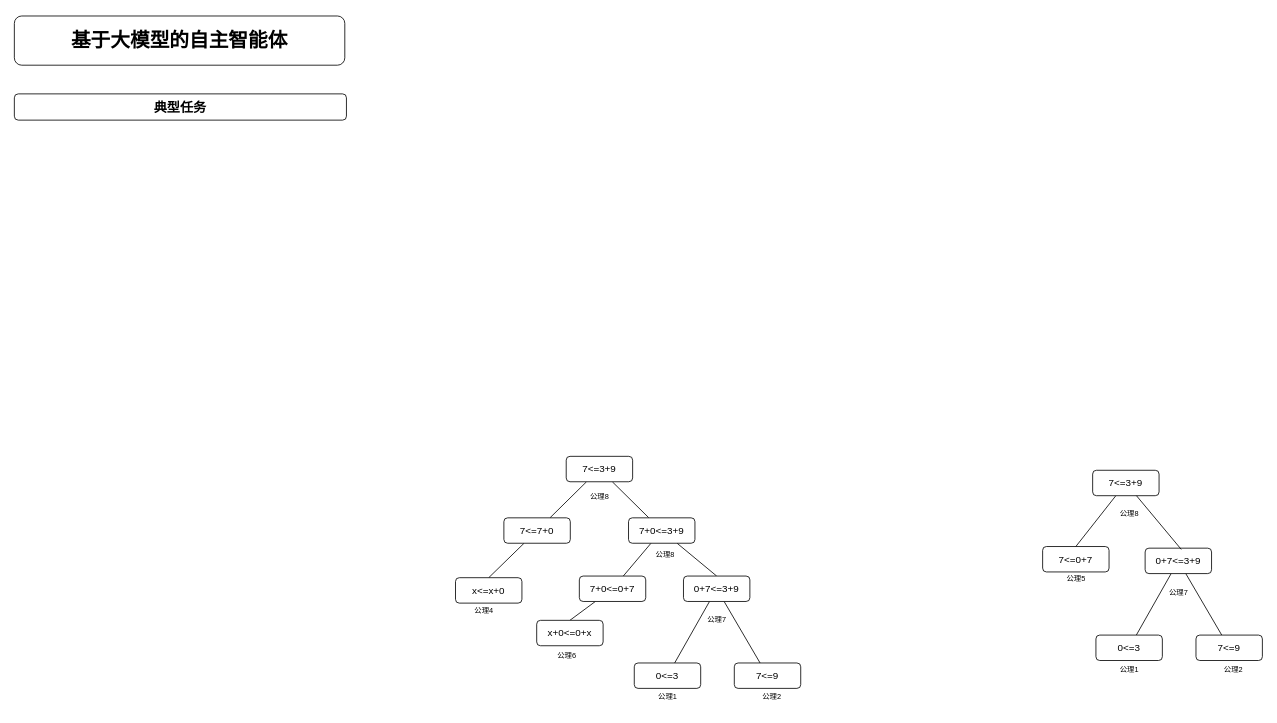
YiningZhang2002/BackUp keeps this draw.io diagram as 测试.drawio. Above is the earlier version. Source tidied: cells renumbered, new cells numbered last; positions are measured from the earlier drawing's top-left corner, leaving out a move shared by most shapes. Both pictures are drawn from the tidied source at 82%, with x=0, y=0 at pixel (14, 16).
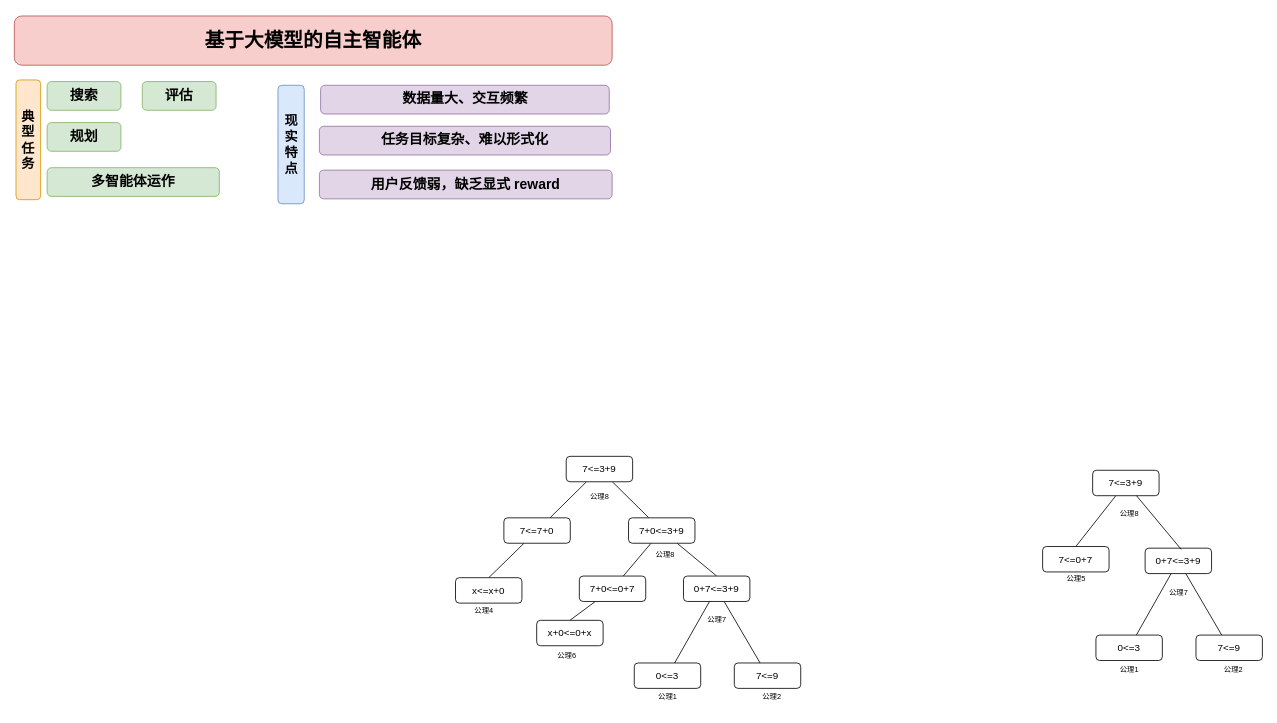
The same diagram, later.

The edit, as a diff of the source:
```diff
@@
-    <mxCell id="40" value="&lt;div&gt;&lt;p style=&quot;font-size: 16pt; font-family: DengXian; line-height: 100%;&quot;&gt;&lt;span style=&quot;font-size: 18pt; font-family: &amp;quot;思源黑体 Light&amp;quot;; font-weight: bold;&quot;&gt;基于大模型的自主智能体&lt;/span&gt;&lt;/p&gt;&lt;/div&gt;" style="rounded=1;whiteSpace=wrap;html=1;" parent="1" vertex="1">
-      <mxGeometry width="403" height="60" as="geometry" />
+    <mxCell id="40" value="&lt;div&gt;&lt;p style=&quot;font-size: 16pt; font-family: DengXian; line-height: 100%;&quot;&gt;&lt;span style=&quot;font-size: 18pt; font-family: &amp;quot;思源黑体 Light&amp;quot;; font-weight: bold;&quot;&gt;基于大模型的自主智能体&lt;/span&gt;&lt;/p&gt;&lt;/div&gt;" style="rounded=1;whiteSpace=wrap;html=1;fillColor=#f8cecc;strokeColor=#b85450;" parent="1" vertex="1">
+      <mxGeometry width="729" height="60" as="geometry" />
     </mxCell>
-    <mxCell id="41" value="&lt;b&gt;&lt;font style=&quot;font-size: 16px;&quot;&gt;典型任务&lt;/font&gt;&lt;/b&gt;" style="rounded=1;whiteSpace=wrap;html=1;" parent="1" vertex="1">
-      <mxGeometry y="95" width="405" height="32" as="geometry" />
+    <mxCell id="41" value="&lt;b&gt;&lt;font style=&quot;font-size: 16px;&quot;&gt;典型任务&lt;/font&gt;&lt;/b&gt;" style="rounded=1;whiteSpace=wrap;html=1;fillColor=#ffe6cc;strokeColor=#d79b00;" parent="1" vertex="1">
+      <mxGeometry x="2" y="78" width="30" height="146" as="geometry" />
     </mxCell>
+    <mxCell id="42" value="&lt;b&gt;&lt;font style=&quot;font-size: 17px;&quot;&gt;搜索&lt;/font&gt;&lt;/b&gt;" style="rounded=1;whiteSpace=wrap;html=1;fillColor=#d5e8d4;strokeColor=#82b366;" parent="1" vertex="1">
+      <mxGeometry x="40" y="80" width="90" height="35" as="geometry" />
+    </mxCell>
+    <mxCell id="43" value="&lt;b&gt;&lt;font style=&quot;font-size: 17px;&quot;&gt;评估&lt;/font&gt;&lt;/b&gt;" style="rounded=1;whiteSpace=wrap;html=1;fillColor=#d5e8d4;strokeColor=#82b366;" parent="1" vertex="1">
+      <mxGeometry x="156" y="80" width="90" height="35" as="geometry" />
+    </mxCell>
+    <mxCell id="44" value="&lt;b&gt;&lt;font style=&quot;font-size: 17px;&quot;&gt;规划&lt;/font&gt;&lt;/b&gt;" style="rounded=1;whiteSpace=wrap;html=1;fillColor=#d5e8d4;strokeColor=#82b366;" parent="1" vertex="1">
+      <mxGeometry x="40" y="130" width="90" height="35" as="geometry" />
+    </mxCell>
+    <mxCell id="45" value="&lt;b&gt;&lt;font style=&quot;font-size: 17px;&quot;&gt;多智能体运作&lt;/font&gt;&lt;/b&gt;" style="rounded=1;whiteSpace=wrap;html=1;fillColor=#d5e8d4;strokeColor=#82b366;" parent="1" vertex="1">
+      <mxGeometry x="40" y="185" width="210" height="35" as="geometry" />
+    </mxCell>
+    <mxCell id="46" value="&lt;b&gt;&lt;font style=&quot;font-size: 16px;&quot;&gt;现实特点&lt;/font&gt;&lt;/b&gt;" style="rounded=1;whiteSpace=wrap;html=1;fillColor=#dae8fc;strokeColor=#6c8ebf;" parent="1" vertex="1">
+      <mxGeometry x="321.5" y="84.5" width="32" height="144.5" as="geometry" />
+    </mxCell>
+    <mxCell id="47" value="&lt;div&gt;&lt;p style=&quot;font-family: DengXian; line-height: 100%;&quot;&gt;&lt;span style=&quot;font-family: &amp;quot;思源黑体 Light&amp;quot;;&quot;&gt;&lt;font style=&quot;font-size: 17px;&quot;&gt;&lt;b&gt;数据量大、交互频繁&lt;/b&gt;&lt;/font&gt;&lt;/span&gt;&lt;/p&gt;&lt;/div&gt;" style="rounded=1;whiteSpace=wrap;html=1;fillColor=#e1d5e7;strokeColor=#9673a6;" parent="1" vertex="1">
+      <mxGeometry x="373.5" y="84.5" width="352" height="35" as="geometry" />
+    </mxCell>
+    <mxCell id="48" value="&lt;div&gt;&lt;p style=&quot;font-family: DengXian; line-height: 100%;&quot;&gt;&lt;span style=&quot;font-family: &amp;quot;思源黑体 Light&amp;quot;;&quot;&gt;&lt;font style=&quot;font-size: 17px;&quot;&gt;&lt;b&gt;任务目标复杂、难以形式化&lt;/b&gt;&lt;/font&gt;&lt;/span&gt;&lt;/p&gt;&lt;/div&gt;" style="rounded=1;whiteSpace=wrap;html=1;fillColor=#e1d5e7;strokeColor=#9673a6;" parent="1" vertex="1">
+      <mxGeometry x="372" y="134.5" width="355" height="35" as="geometry" />
+    </mxCell>
+    <mxCell id="49" value="&lt;div&gt;&lt;p style=&quot;font-family: DengXian; line-height: 100%;&quot;&gt;&lt;span style=&quot;font-family: &amp;quot;思源黑体 Light&amp;quot;;&quot;&gt;&lt;font style=&quot;font-size: 17px;&quot;&gt;&lt;b&gt;用户反馈弱，缺乏显式 reward&lt;/b&gt;&lt;/font&gt;&lt;/span&gt;&lt;/p&gt;&lt;/div&gt;" style="rounded=1;whiteSpace=wrap;html=1;fillColor=#e1d5e7;strokeColor=#9673a6;" parent="1" vertex="1">
+      <mxGeometry x="372" y="188" width="357" height="35" as="geometry" />
+    </mxCell>
```
